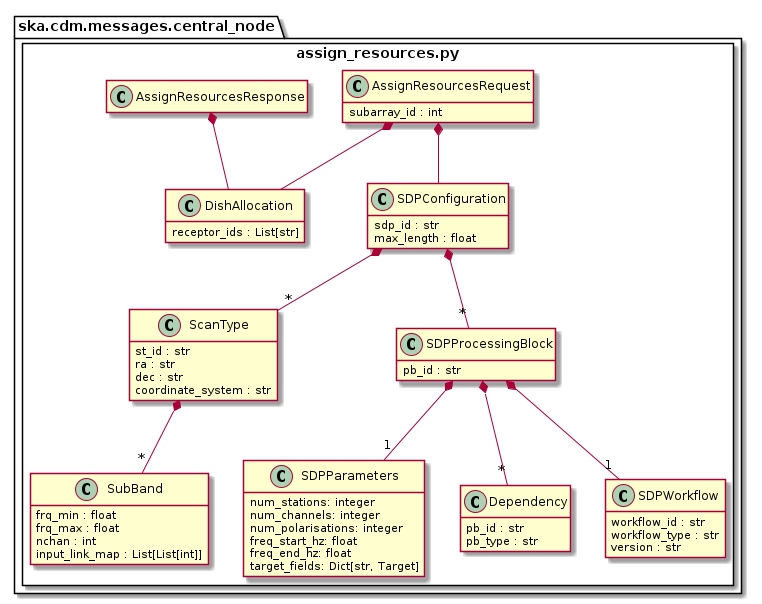
Before: docs/src/developer/centralnode/assignresources.png, a diagram exported from PlantUML (ska-telescope/cdm-shared-library).
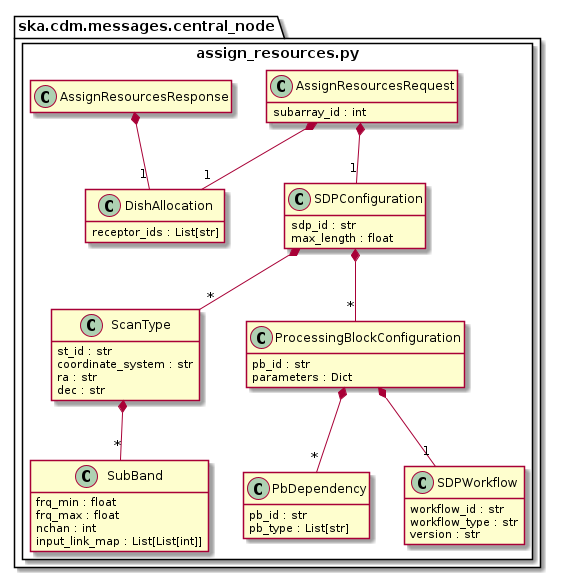
The same diagram one commit later.

Commit message:
Docs: assign_resources: remove SDPParameters, class changes; release_resources: indicate optionality of DishAllocation

Diff of the diagram source:
```diff
@@ -16,24 +16,15 @@
 
         class ScanType {
             st_id : str
+            coordinate_system : str
             ra : str
             dec : str
-            coordinate_system : str
         }
         ScanType *-- "*" SubBand
 
-        class SDPParameters {
-        num_stations: integer
-        num_channels: integer
-        num_polarisations: integer
-        freq_start_hz: float
-        freq_end_hz: float
-        target_fields: Dict[str, Target]
-        }
-
-        class Dependency {
+        class PbDependency {
             pb_id : str
-            pb_type : str
+            pb_type : List[str]
         }
 
         class SDPWorkflow {
@@ -42,28 +33,28 @@
             version : str
         }
 
-        class SDPProcessingBlock {
+        class ProcessingBlockConfiguration {
             pb_id : str
+            parameters : Dict
         }
-        SDPProcessingBlock *-- "1" SDPWorkflow
-        SDPProcessingBlock *-- "1" SDPParameters
-        SDPProcessingBlock *-- "*" Dependency
+        ProcessingBlockConfiguration  *-- "1" SDPWorkflow
+        ProcessingBlockConfiguration  *-- "*" PbDependency
 
         class SDPConfiguration {
             sdp_id : str
             max_length : float
 		}
         SDPConfiguration *-- "*" ScanType
-        SDPConfiguration *-- "*" SDPProcessingBlock
+        SDPConfiguration *-- "*" ProcessingBlockConfiguration
 
 		class AssignResourcesRequest {
 			subarray_id : int
 		}
-		AssignResourcesRequest *-- DishAllocation
-        AssignResourcesRequest *-- SDPConfiguration
+		AssignResourcesRequest *-- "1" DishAllocation
+        AssignResourcesRequest *-- "1" SDPConfiguration
 
 		class AssignResourcesResponse
-		AssignResourcesResponse *-- DishAllocation
+		AssignResourcesResponse *-- "1" DishAllocation
 	}
 }
 
```
